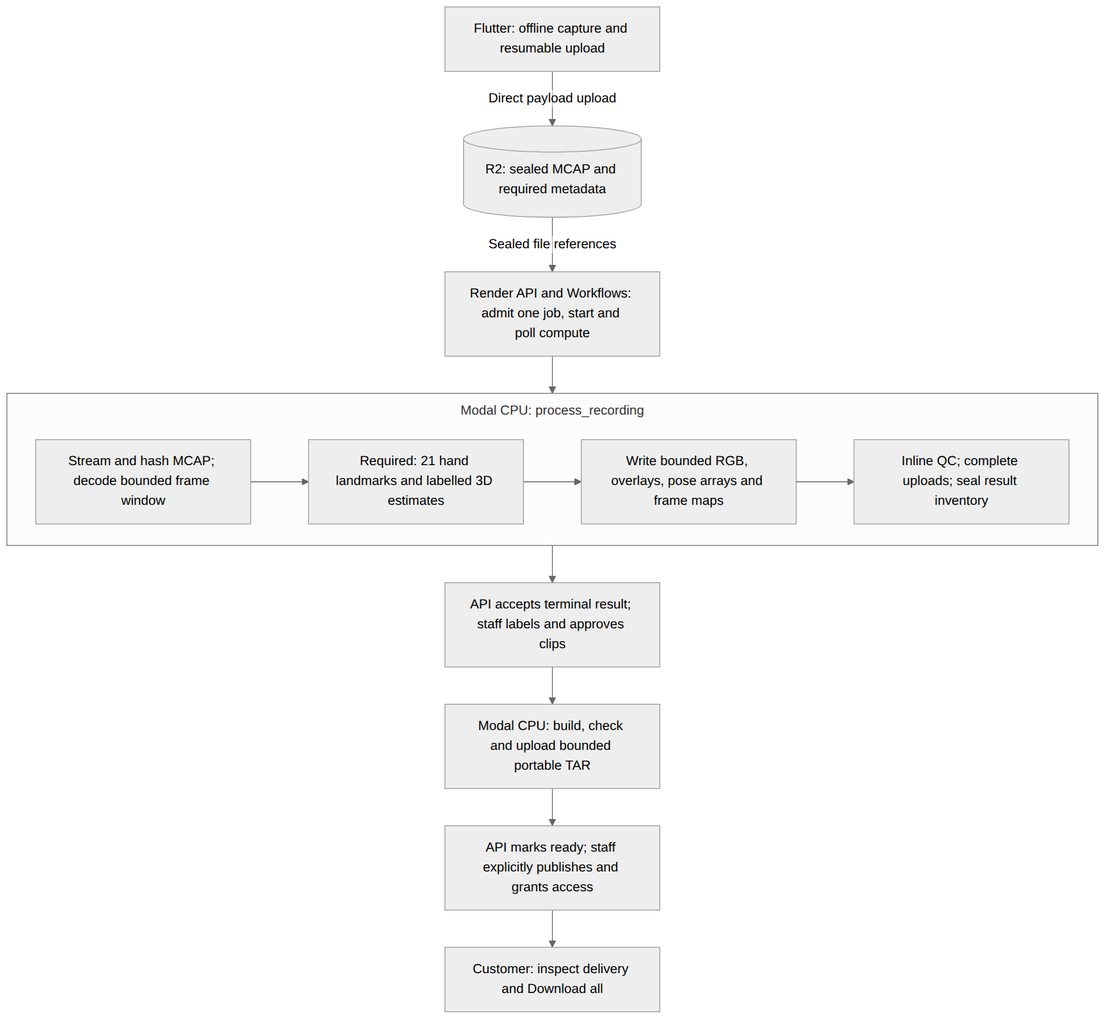
Earlier version of the Mermaid export docs/figures/processing-stages.png (StateAction-ai/stateaction). Its source is kept beside it as docs/figures/processing-stages.mmd.
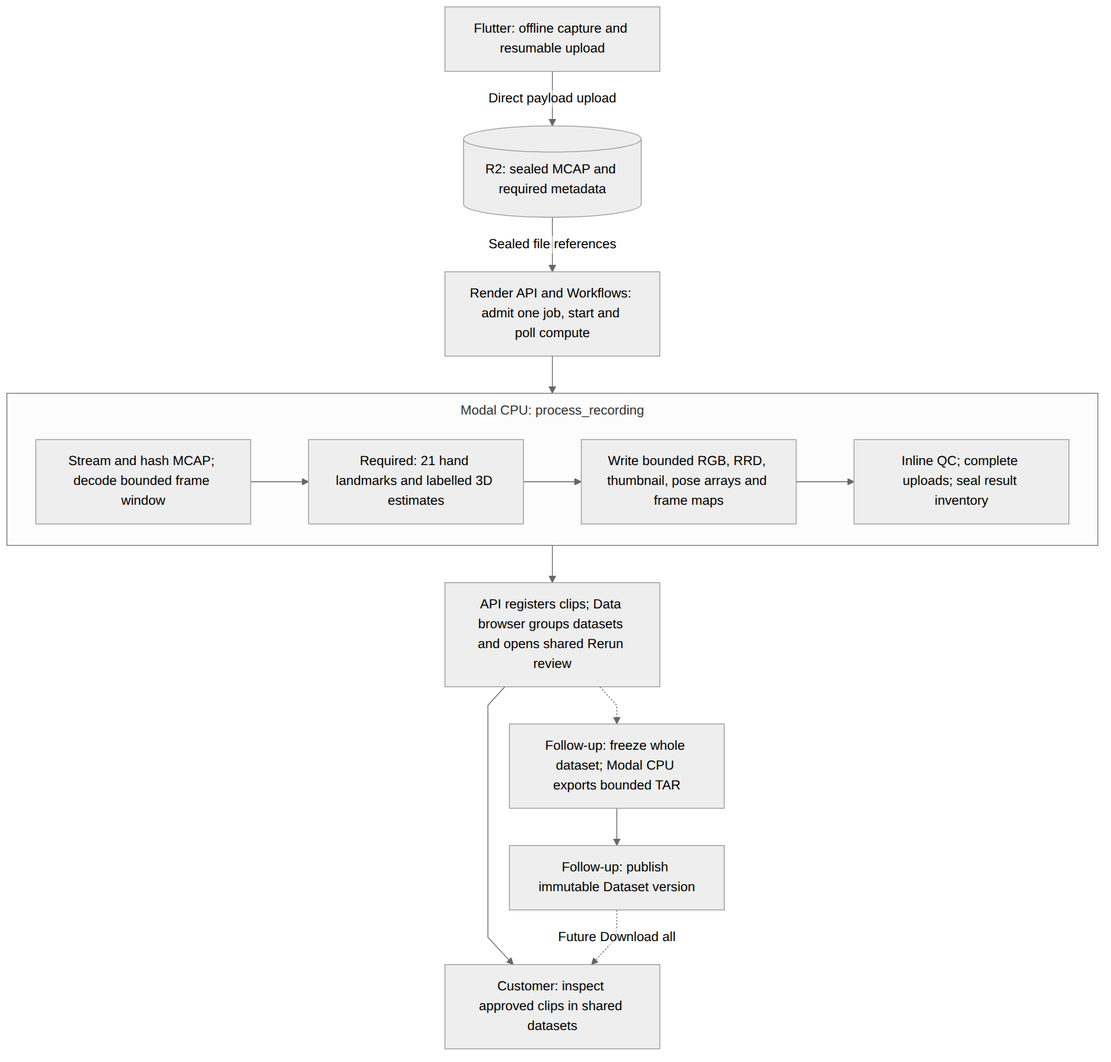
After the change.

Change to the diagram source:
```diff
@@ -5,15 +5,17 @@
     subgraph process["Modal CPU: process_recording"]
         extract["Stream and hash MCAP; decode bounded frame window"]
         hands["Required: 21 hand landmarks and labelled 3D estimates"]
-        preview["Write bounded RGB, overlays, pose arrays and frame maps"]
+        preview["Write bounded RGB, RRD, thumbnail, pose arrays and frame maps"]
         qc["Inline QC; complete uploads; seal result inventory"]
         extract --> hands --> preview --> qc
     end
-    review["API accepts terminal result; staff labels and approves clips"]
-    export["Modal CPU: build, check and upload bounded portable TAR"]
-    publish["API marks ready; staff explicitly publishes and grants access"]
-    customer["Customer: inspect delivery and Download all"]
+    review["API registers clips; Data browser groups datasets and opens shared Rerun review"]
+    export["Follow-up: freeze whole dataset; Modal CPU exports bounded TAR"]
+    publish["Follow-up: publish immutable Dataset version"]
+    customer["Customer: inspect approved clips in shared datasets"]
     capture -->|"Direct payload upload"| source
     source -->|"Sealed file references"| dispatch
     dispatch --> process
-    process --> review --> export --> publish --> customer
+    process --> review --> customer
+    review -.-> export --> publish
+    publish -.->|"Future Download all"| customer
```
